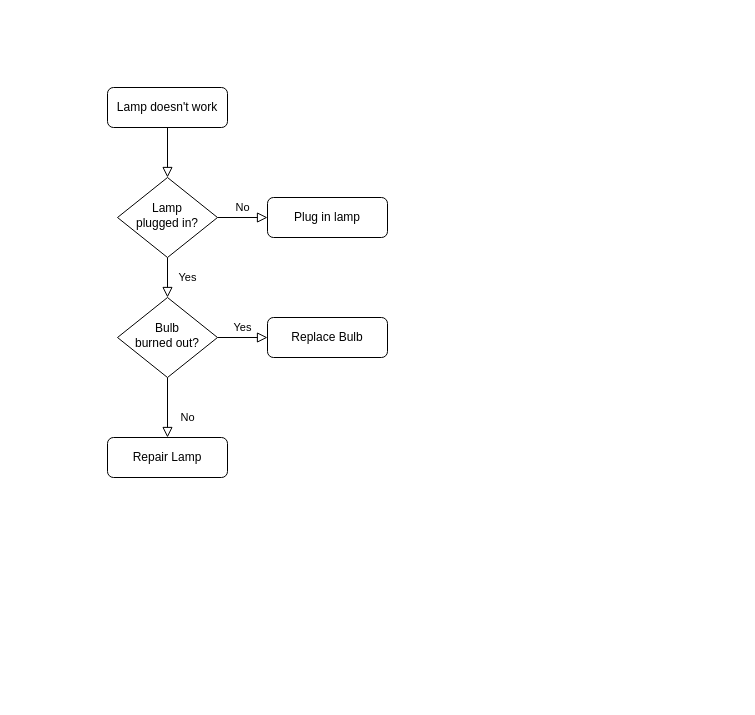
This is Νομική_διαδικασία.drawio from AggelosPnS/GTA5, a draw.io file, before an edit. Source tidied: cells renumbered, new cells numbered last; positions are measured from the earlier drawing's top-left corner, leaving out a move shared by most shapes. Both pictures are drawn from the tidied source at 100%, with x=0, y=0 at pixel (107, 87).
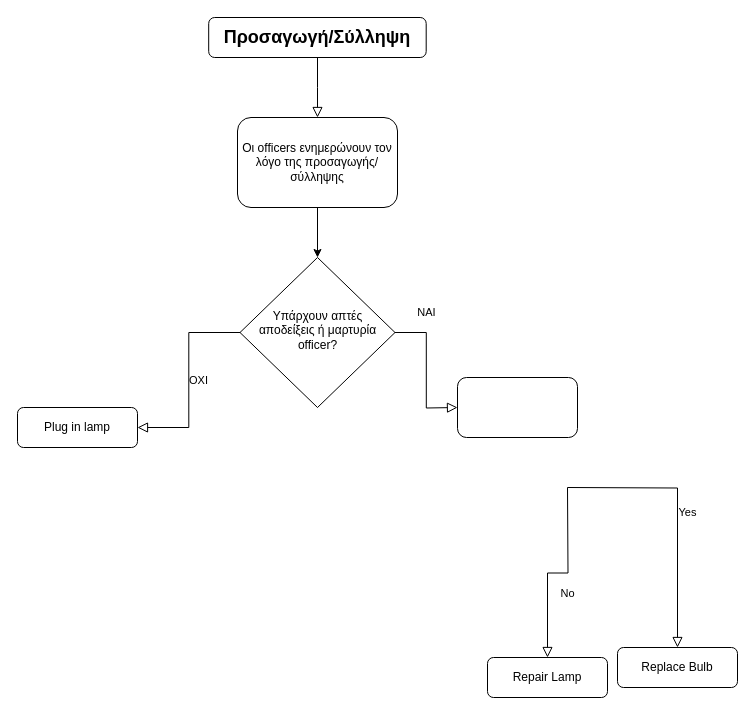
The same page after the edit.

Change to the diagram source:
```diff
@@
 <mxGraphModel>
   <root>
     <mxCell id="0" />
     <mxCell id="1" parent="0" />
-    <mxCell id="2" style="rounded=0;html=1;jettySize=auto;fontSize=11;endArrow=block;endFill=0;endSize=8;strokeWidth=1;shadow=0;labelBackgroundColor=none;edgeStyle=orthogonalEdgeStyle;" parent="1" edge="1" source="3" target="6">
+    <mxCell id="2" style="rounded=0;html=1;jettySize=auto;fontSize=11;endArrow=block;endFill=0;endSize=8;strokeWidth=1;shadow=0;labelBackgroundColor=none;edgeStyle=orthogonalEdgeStyle;entryX=0.5;entryY=0;entryDx=0;entryDy=0;" parent="1" edge="1" source="3" target="14">
       <mxGeometry relative="1" as="geometry" />
     </mxCell>
-    <mxCell id="3" value="Lamp doesn't work" style="rounded=1;whiteSpace=wrap;html=1;fontSize=12;glass=0;strokeWidth=1;shadow=0;" parent="1" vertex="1">
-      <mxGeometry width="120" height="40" as="geometry" />
+    <mxCell id="3" value="&lt;span style=&quot;font-size: 18px&quot;&gt;&lt;b&gt;Προσαγωγή/&lt;/b&gt;&lt;/span&gt;&lt;span style=&quot;font-size: 18px&quot;&gt;&lt;b&gt;Σύλληψη&lt;/b&gt;&lt;/span&gt;" style="rounded=1;whiteSpace=wrap;html=1;fontSize=12;glass=0;strokeWidth=1;shadow=0;" parent="1" vertex="1">
+      <mxGeometry x="101.2" y="-70" width="217.5" height="40" as="geometry" />
     </mxCell>
-    <mxCell id="4" value="Yes" style="rounded=0;html=1;jettySize=auto;fontSize=11;endArrow=block;endFill=0;endSize=8;strokeWidth=1;shadow=0;labelBackgroundColor=none;edgeStyle=orthogonalEdgeStyle;" parent="1" edge="1" source="6" target="10">
-      <mxGeometry y="20" relative="1" as="geometry" />
+    <mxCell id="4" value="ΝΑΙ" style="rounded=0;html=1;jettySize=auto;fontSize=11;endArrow=block;endFill=0;endSize=8;strokeWidth=1;shadow=0;labelBackgroundColor=none;edgeStyle=orthogonalEdgeStyle;" parent="1" edge="1" source="6">
+      <mxGeometry x="-0.56" y="20" relative="1" as="geometry">
+        <mxPoint x="350" y="320" as="targetPoint" />
+        <mxPoint x="1" as="offset" />
+      </mxGeometry>
     </mxCell>
-    <mxCell id="5" value="No" style="edgeStyle=orthogonalEdgeStyle;rounded=0;html=1;jettySize=auto;fontSize=11;endArrow=block;endFill=0;endSize=8;strokeWidth=1;shadow=0;labelBackgroundColor=none;" parent="1" edge="1" source="6" target="7">
+    <mxCell id="5" value="ΟΧΙ" style="edgeStyle=orthogonalEdgeStyle;rounded=0;html=1;jettySize=auto;fontSize=11;endArrow=block;endFill=0;endSize=8;strokeWidth=1;shadow=0;labelBackgroundColor=none;" parent="1" edge="1" source="6" target="7">
       <mxGeometry y="10" relative="1" as="geometry" />
     </mxCell>
-    <mxCell id="6" value="Lamp&lt;br&gt;plugged in?" style="rhombus;whiteSpace=wrap;html=1;shadow=0;fontFamily=Helvetica;fontSize=12;align=center;strokeWidth=1;spacing=6;spacingTop=-4;" parent="1" vertex="1">
-      <mxGeometry x="10" y="90" width="100" height="80" as="geometry" />
+    <mxCell id="6" value="Υπάρχουν απτές αποδείξεις ή μαρτυρία officer?" style="rhombus;whiteSpace=wrap;html=1;shadow=0;fontFamily=Helvetica;fontSize=12;align=center;strokeWidth=1;spacing=6;spacingTop=-4;" parent="1" vertex="1">
+      <mxGeometry x="132.5" y="170" width="155" height="150" as="geometry" />
     </mxCell>
     <mxCell id="7" value="Plug in lamp" style="rounded=1;whiteSpace=wrap;html=1;fontSize=12;glass=0;strokeWidth=1;shadow=0;" parent="1" vertex="1">
-      <mxGeometry x="160" y="110" width="120" height="40" as="geometry" />
+      <mxGeometry x="-90" y="320" width="120" height="40" as="geometry" />
     </mxCell>
-    <mxCell id="8" value="No" style="rounded=0;html=1;jettySize=auto;fontSize=11;endArrow=block;endFill=0;endSize=8;strokeWidth=1;shadow=0;labelBackgroundColor=none;edgeStyle=orthogonalEdgeStyle;" parent="1" edge="1" source="10" target="11">
-      <mxGeometry x="0.33" y="20" relative="1" as="geometry" />
+    <mxCell id="8" value="No" style="rounded=0;html=1;jettySize=auto;fontSize=11;endArrow=block;endFill=0;endSize=8;strokeWidth=1;shadow=0;labelBackgroundColor=none;edgeStyle=orthogonalEdgeStyle;" parent="1" edge="1" target="11">
+      <mxGeometry x="0.33" y="20" relative="1" as="geometry">
+        <mxPoint x="460" y="400" as="sourcePoint" />
+      </mxGeometry>
     </mxCell>
-    <mxCell id="9" value="Yes" style="edgeStyle=orthogonalEdgeStyle;rounded=0;html=1;jettySize=auto;fontSize=11;endArrow=block;endFill=0;endSize=8;strokeWidth=1;shadow=0;labelBackgroundColor=none;" parent="1" edge="1" source="10" target="12">
-      <mxGeometry y="10" relative="1" as="geometry" />
+    <mxCell id="9" value="Yes" style="edgeStyle=orthogonalEdgeStyle;rounded=0;html=1;jettySize=auto;fontSize=11;endArrow=block;endFill=0;endSize=8;strokeWidth=1;shadow=0;labelBackgroundColor=none;" parent="1" edge="1" target="12">
+      <mxGeometry y="10" relative="1" as="geometry">
+        <mxPoint x="460" y="400" as="sourcePoint" />
+      </mxGeometry>
     </mxCell>
-    <mxCell id="10" value="Bulb&lt;br&gt;burned out?" style="rhombus;whiteSpace=wrap;html=1;shadow=0;fontFamily=Helvetica;fontSize=12;align=center;strokeWidth=1;spacing=6;spacingTop=-4;" parent="1" vertex="1">
-      <mxGeometry x="10" y="210" width="100" height="80" as="geometry" />
-    </mxCell>
     <mxCell id="11" value="Repair Lamp" style="rounded=1;whiteSpace=wrap;html=1;fontSize=12;glass=0;strokeWidth=1;shadow=0;" parent="1" vertex="1">
-      <mxGeometry y="350" width="120" height="40" as="geometry" />
+      <mxGeometry x="380" y="570" width="120" height="40" as="geometry" />
     </mxCell>
     <mxCell id="12" value="Replace Bulb" style="rounded=1;whiteSpace=wrap;html=1;fontSize=12;glass=0;strokeWidth=1;shadow=0;" parent="1" vertex="1">
-      <mxGeometry x="160" y="230" width="120" height="40" as="geometry" />
+      <mxGeometry x="510" y="560" width="120" height="40" as="geometry" />
     </mxCell>
+    <mxCell id="13" style="edgeStyle=orthogonalEdgeStyle;rounded=0;jettySize=auto;html=1;" parent="1" edge="1" source="14" target="6">
+      <mxGeometry relative="1" as="geometry" />
+    </mxCell>
+    <mxCell id="14" value="Οι officers ενημερώνουν τον λόγο της προσαγωγής/σύλληψης" style="rounded=1;whiteSpace=wrap;html=1;" parent="1" vertex="1">
+      <mxGeometry x="130" y="30" width="160" height="90" as="geometry" />
+    </mxCell>
+    <mxCell id="15" style="rounded=1;whiteSpace=wrap;html=1;" parent="1" vertex="1">
+      <mxGeometry x="350" y="290" width="120" height="60" as="geometry" />
+    </mxCell>
   </root>
 </mxGraphModel>
```
